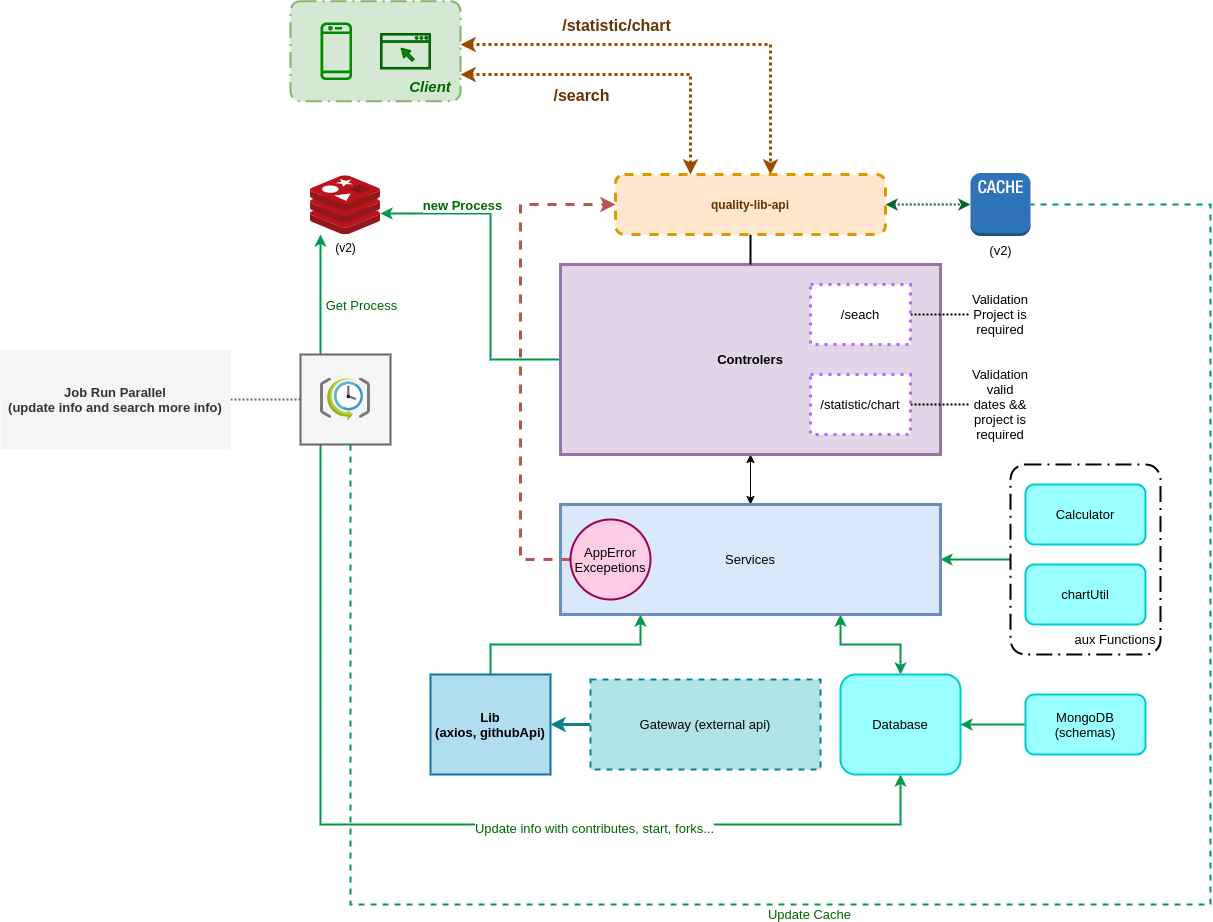
Jm-Correia/quality-lib-api keeps this draw.io diagram as assets/diagrama.png. Above is the earlier version. Source tidied: cells renumbered, new cells last; positions are measured from the earlier drawing's top-left corner, leaving out a move shared by most shapes.
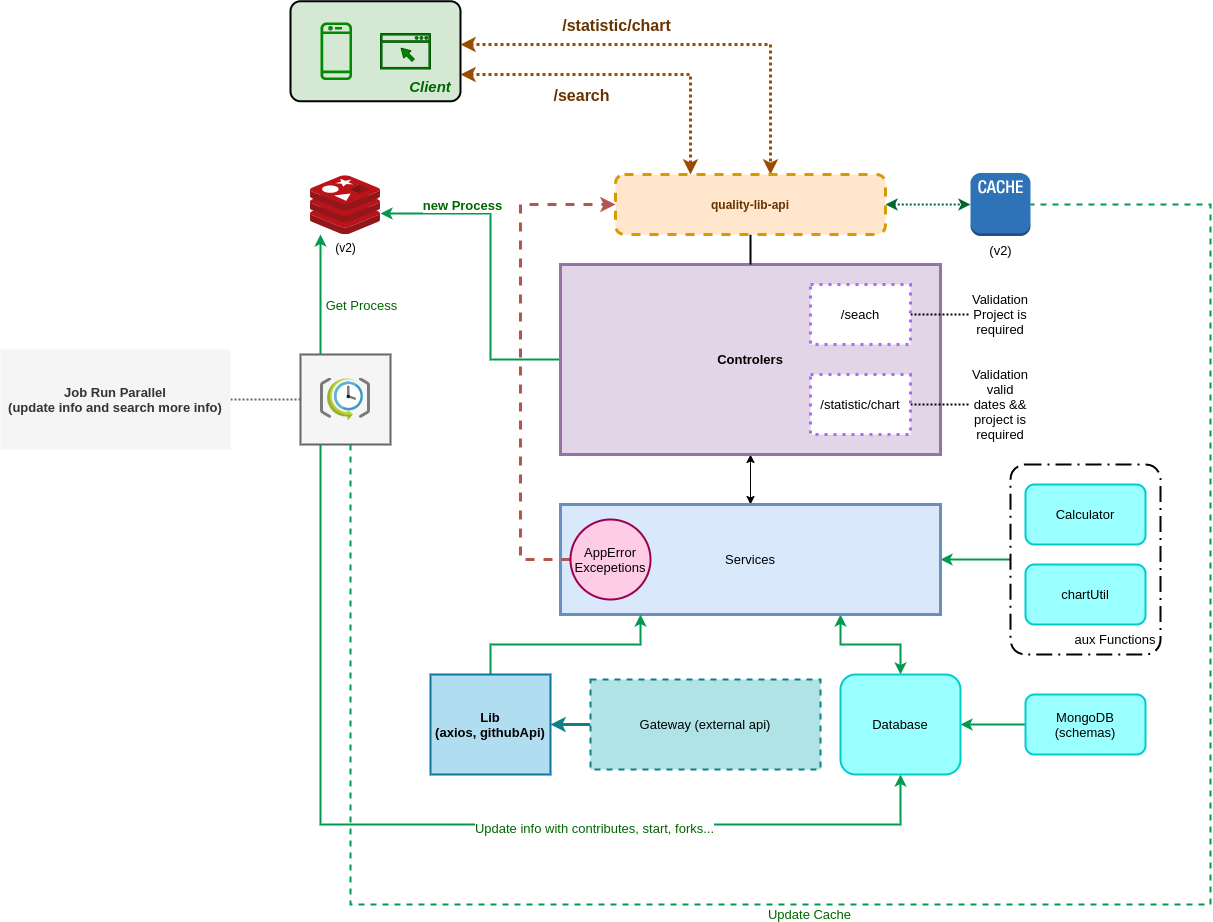
Above is the later version.

Commit message:
changes background color client.

The edit, as a diff of the source:
```diff
@@ -2,7 +2,7 @@
   <root>
     <mxCell id="0" />
     <mxCell id="1" parent="0" />
-    <mxCell id="2" style="points=[[0.25,0,0],[0.5,0,0],[0.75,0,0],[1,0.25,0],[1,0.5,0],[1,0.75,0],[0.75,1,0],[0.5,1,0],[0.25,1,0],[0,0.75,0],[0,0.5,0],[0,0.25,0]];rounded=1;arcSize=10;dashed=1;strokeColor=#82b366;fillColor=#d5e8d4;dashPattern=8 3 1 3;strokeWidth=2;" parent="1" vertex="1">
+    <mxCell id="2" style="points=[[0.25,0,0],[0.5,0,0],[0.75,0,0],[1,0.25,0],[1,0.5,0],[1,0.75,0],[0.75,1,0],[0.5,1,0],[0.25,1,0],[0,0.75,0],[0,0.5,0],[0,0.25,0]];rounded=1;arcSize=10;strokeColor=#000000;fillColor=#d5e8d4;strokeWidth=2;" parent="1" vertex="1">
       <mxGeometry x="290" y="-0.2" width="170" height="100" as="geometry" />
     </mxCell>
     <mxCell id="3" style="edgeStyle=orthogonalEdgeStyle;rounded=0;jettySize=auto;html=1;fontSize=13;fontColor=#006600;startArrow=none;startFill=0;endArrow=classic;endFill=1;strokeColor=#00994D;strokeWidth=2;" parent="1" edge="1" source="10" target="13">
```
